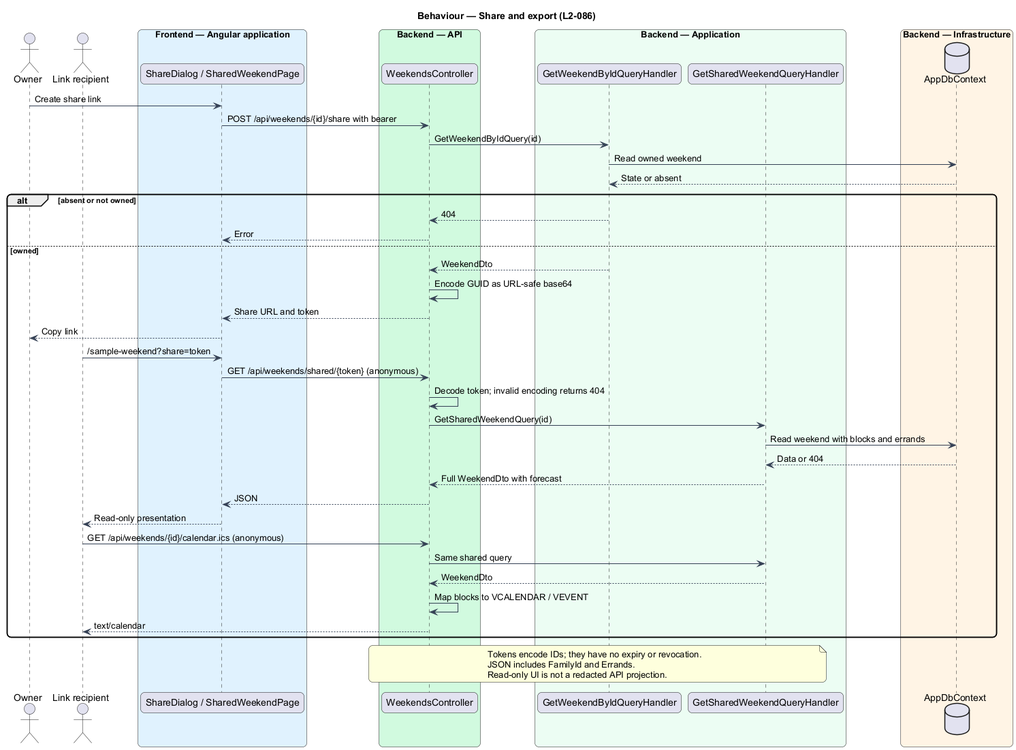
This is docs/detailed-designs/weekend-planning/generate-current-weekend/diagrams/sequence-share.png from QuinntyneBrown/saturdaze, a PlantUML export, as it was before one commit. Source of this version:
```plantuml
@startuml
skinparam backgroundColor #FFFFFF
skinparam shadowing false
skinparam roundcorner 12
skinparam defaultFontName Arial
skinparam ArrowColor #344054

title Behaviour — Share and export (L2-086)
actor Owner as owner
actor "Link recipient" as recipient
box "Frontend — Angular application" #E0F2FE
 participant "ShareDialog / SharedWeekendPage" as page
end box
box "Backend — API" #D1FADF
 participant WeekendsController as controller
end box
box "Backend — Application" #ECFDF3
 participant "GetWeekendByIdQueryHandler" as owned
 participant "GetSharedWeekendQueryHandler" as shared
end box
box "Backend — Infrastructure" #FFF4E5
 database AppDbContext as db
end box
owner -> page : Create share link
page -> controller : POST /api/weekends/{id}/share with bearer
controller -> owned : GetWeekendByIdQuery(id)
owned -> db : Read owned weekend
db --> owned : State or absent
alt absent or not owned
 owned --> controller : 404
 controller --> page : Error
else owned
 owned --> controller : WeekendDto
 controller -> controller : Encode GUID as URL-safe base64
 controller --> page : Share URL and token
 page --> owner : Copy link
 recipient -> page : /sample-weekend?share=token
 page -> controller : GET /api/weekends/shared/{token} (anonymous)
 controller -> controller : Decode token; invalid encoding returns 404
 controller -> shared : GetSharedWeekendQuery(id)
 shared -> db : Read weekend with blocks and errands
 db --> shared : Data or 404
 shared --> controller : Full WeekendDto with forecast
 controller --> page : JSON
 page --> recipient : Read-only presentation
 recipient -> controller : GET /api/weekends/{id}/calendar.ics (anonymous)
 controller -> shared : Same shared query
 shared --> controller : WeekendDto
 controller -> controller : Map blocks to VCALENDAR / VEVENT
 controller --> recipient : text/calendar
end
note over controller, shared
Tokens encode IDs; they have no expiry or revocation.
JSON includes FamilyId and Errands.
Read-only UI is not a redacted API projection.
end note
@enduml
```
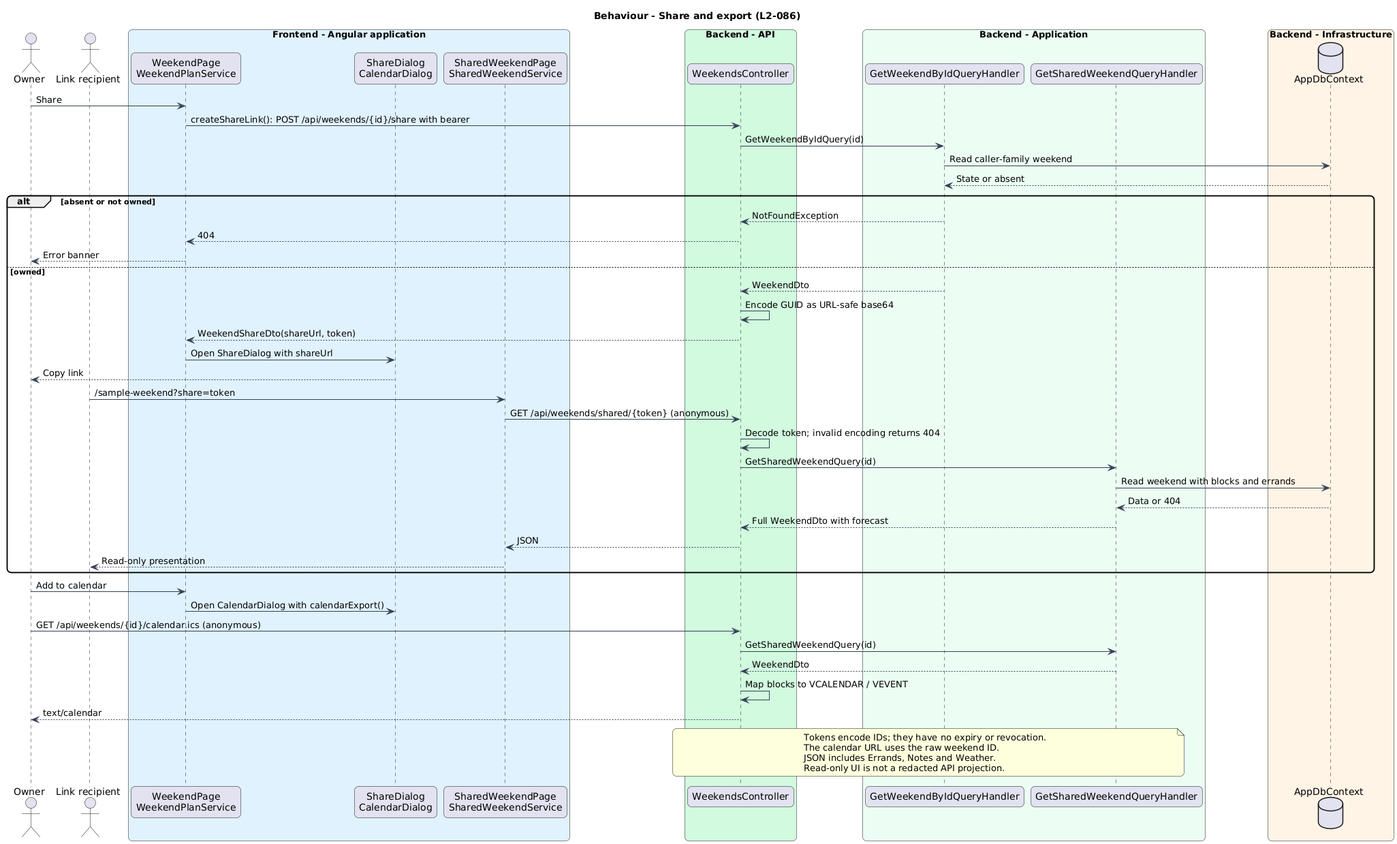
After the change.

The edit, as a diff of the source:
```diff
@@ -5,53 +5,60 @@
 skinparam defaultFontName Arial
 skinparam ArrowColor #344054
 
-title Behaviour — Share and export (L2-086)
+title Behaviour - Share and export (L2-086)
 actor Owner as owner
 actor "Link recipient" as recipient
-box "Frontend — Angular application" #E0F2FE
- participant "ShareDialog / SharedWeekendPage" as page
+box "Frontend - Angular application" #E0F2FE
+ participant "WeekendPage\nWeekendPlanService" as page
+ participant "ShareDialog\nCalendarDialog" as dialog
+ participant "SharedWeekendPage\nSharedWeekendService" as sharedPage
 end box
-box "Backend — API" #D1FADF
+box "Backend - API" #D1FADF
  participant WeekendsController as controller
 end box
-box "Backend — Application" #ECFDF3
+box "Backend - Application" #ECFDF3
  participant "GetWeekendByIdQueryHandler" as owned
  participant "GetSharedWeekendQueryHandler" as shared
 end box
-box "Backend — Infrastructure" #FFF4E5
+box "Backend - Infrastructure" #FFF4E5
  database AppDbContext as db
 end box
-owner -> page : Create share link
-page -> controller : POST /api/weekends/{id}/share with bearer
+owner -> page : Share
+page -> controller : createShareLink(): POST /api/weekends/{id}/share with bearer
 controller -> owned : GetWeekendByIdQuery(id)
-owned -> db : Read owned weekend
+owned -> db : Read caller-family weekend
 db --> owned : State or absent
 alt absent or not owned
- owned --> controller : 404
- controller --> page : Error
+ owned --> controller : NotFoundException
+ controller --> page : 404
+ page --> owner : Error banner
 else owned
  owned --> controller : WeekendDto
  controller -> controller : Encode GUID as URL-safe base64
- controller --> page : Share URL and token
- page --> owner : Copy link
- recipient -> page : /sample-weekend?share=token
- page -> controller : GET /api/weekends/shared/{token} (anonymous)
+ controller --> page : WeekendShareDto(shareUrl, token)
+ page -> dialog : Open ShareDialog with shareUrl
+ dialog --> owner : Copy link
+ recipient -> sharedPage : /sample-weekend?share=token
+ sharedPage -> controller : GET /api/weekends/shared/{token} (anonymous)
  controller -> controller : Decode token; invalid encoding returns 404
  controller -> shared : GetSharedWeekendQuery(id)
  shared -> db : Read weekend with blocks and errands
  db --> shared : Data or 404
  shared --> controller : Full WeekendDto with forecast
- controller --> page : JSON
- page --> recipient : Read-only presentation
- recipient -> controller : GET /api/weekends/{id}/calendar.ics (anonymous)
- controller -> shared : Same shared query
- shared --> controller : WeekendDto
- controller -> controller : Map blocks to VCALENDAR / VEVENT
- controller --> recipient : text/calendar
+ controller --> sharedPage : JSON
+ sharedPage --> recipient : Read-only presentation
 end
+owner -> page : Add to calendar
+page -> dialog : Open CalendarDialog with calendarExport()
+owner -> controller : GET /api/weekends/{id}/calendar.ics (anonymous)
+controller -> shared : GetSharedWeekendQuery(id)
+shared --> controller : WeekendDto
+controller -> controller : Map blocks to VCALENDAR / VEVENT
+controller --> owner : text/calendar
 note over controller, shared
 Tokens encode IDs; they have no expiry or revocation.
-JSON includes FamilyId and Errands.
+The calendar URL uses the raw weekend ID.
+JSON includes Errands, Notes and Weather.
 Read-only UI is not a redacted API projection.
 end note
 @enduml
```
